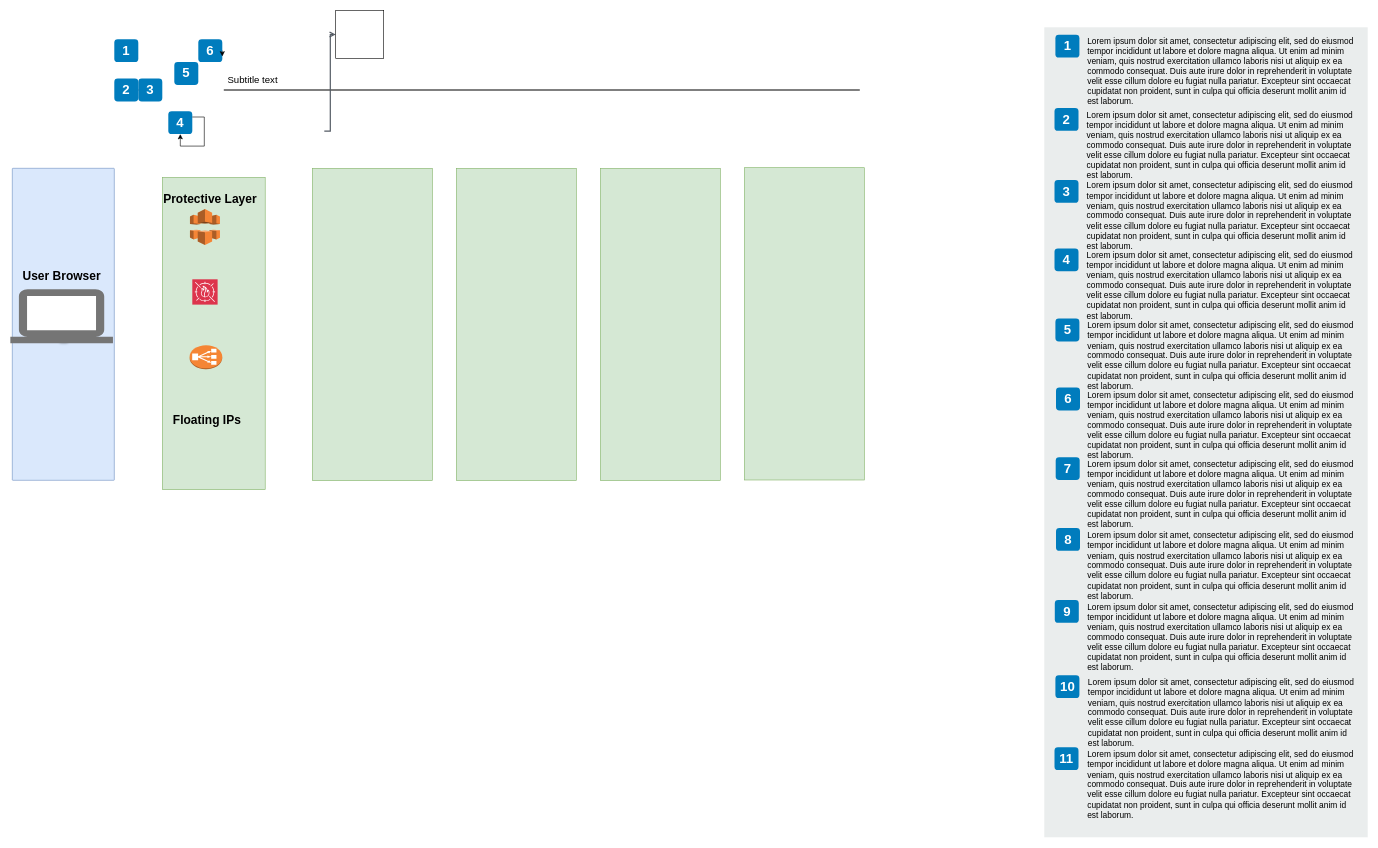
Earlier version of the draw.io diagram Untitled Diagram.drawio (CB122023/First). Source tidied: cells renumbered, new cells numbered last; positions are measured from the earlier drawing's top-left corner, leaving out a move shared by most shapes. Both pictures are drawn from the tidied source at 60%, with x=0, y=0 at pixel (12, 10).
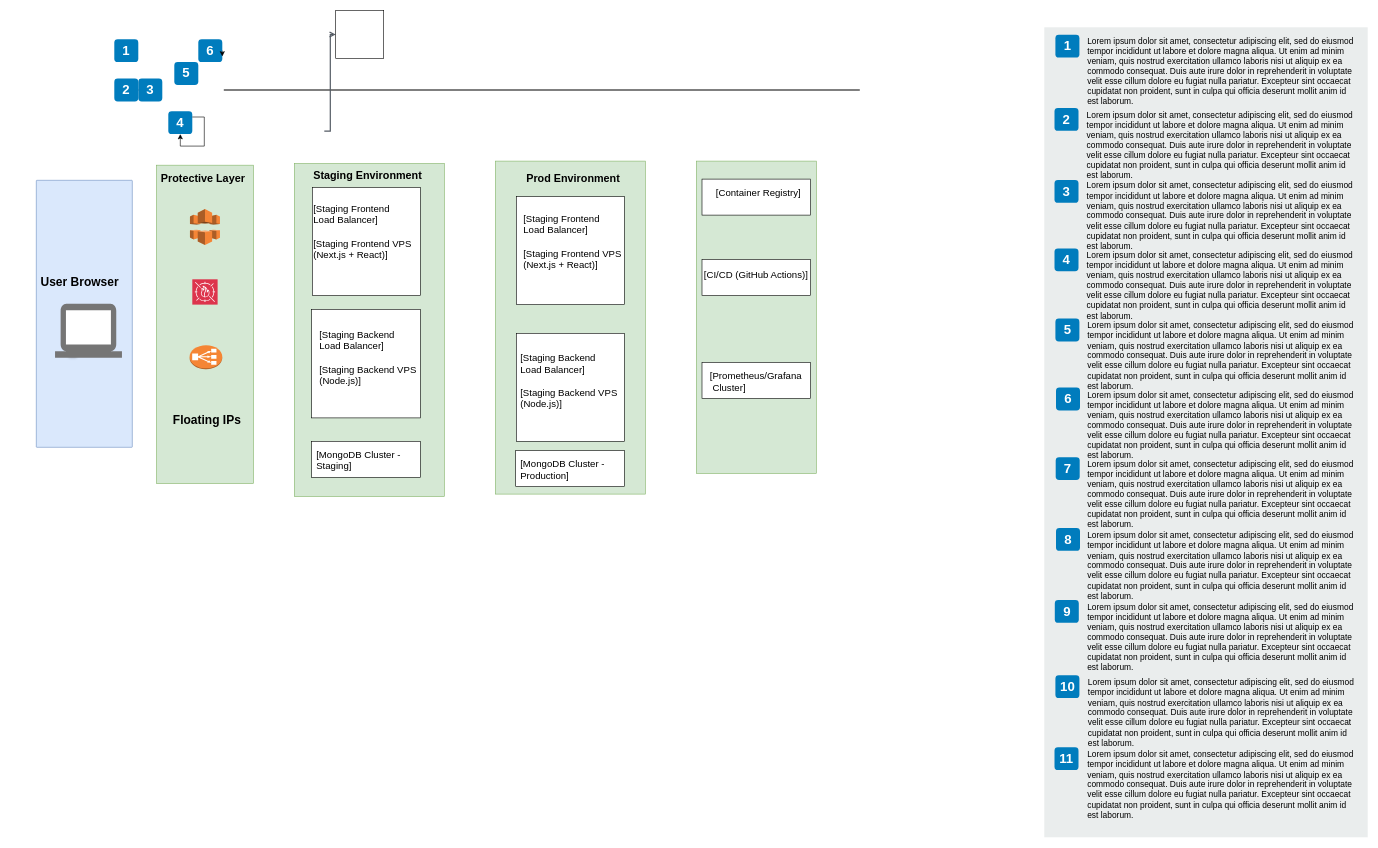
After the change.

Change to the diagram source:
```diff
@@
-    <mxCell id="8" value="Subtitle text&lt;br style=&quot;font-size: 16px&quot;&gt;" style="text;html=1;align=left;verticalAlign=top;spacingTop=-4;fontSize=16;" parent="1" vertex="1">
-      <mxGeometry x="356.5" y="102.5" width="100" height="20" as="geometry" />
-    </mxCell>
@@
     <mxCell id="36" style="rounded=1;absoluteArcSize=1;arcSize=2;html=1;strokeColor=#6c8ebf;shadow=0;dashed=0;fontSize=12;align=left;verticalAlign=top;spacing=10;spacingTop=-4;fillColor=#dae8fc;" parent="1" vertex="1">
-      <mxGeometry y="263" width="170" height="520" as="geometry" />
+      <mxGeometry x="40" y="283" width="160" height="445" as="geometry" />
     </mxCell>
     <mxCell id="37" style="strokeColor=#dddddd;fillColor=#ffffff;shadow=1;strokeWidth=1;rounded=1;absoluteArcSize=1;arcSize=2;labelPosition=center;verticalLabelPosition=middle;align=center;verticalAlign=bottom;spacingLeft=0;fontColor=#999999;fontSize=12;whiteSpace=wrap;spacingBottom=2;html=1;" parent="1" vertex="1">
-      <mxGeometry x="77.5" y="466.2" width="12.5" height="85.2" as="geometry" />
+      <mxGeometry x="92.5" y="490.2" width="12.5" height="85.2" as="geometry" />
     </mxCell>
     <mxCell id="38" style="dashed=0;html=1;fillColor=#757575;strokeColor=none;shape=mxgraph.gcp2.laptop;" parent="37" vertex="1">
-      <mxGeometry x="0.5" width="171" height="90" relative="1" as="geometry">
-        <mxPoint x="-87" y="-1.5" as="offset" />
+      <mxGeometry x="0.5" width="111.5" height="90" relative="1" as="geometry">
+        <mxPoint x="-27.5" y="-1.5" as="offset" />
       </mxGeometry>
     </mxCell>
@@
     <mxCell id="42" style="rounded=0;whiteSpace=wrap;html=1;fillColor=#d5e8d4;strokeColor=#82b366;" parent="1" vertex="1">
-      <mxGeometry x="250" y="278" width="171.5" height="520.5" as="geometry" />
+      <mxGeometry x="240.4" y="257.8" width="161.5" height="530.5" as="geometry" />
     </mxCell>
@@
-    <mxCell id="46" value="&lt;font style=&quot;font-size: 20px;&quot;&gt;Protective Layer&lt;/font&gt;" style="text;html=1;align=left;verticalAlign=top;spacingTop=-4;fontSize=30;fontStyle=1;" parent="1" vertex="1">
-      <mxGeometry x="250" y="291" width="180" height="40" as="geometry" />
+    <mxCell id="46" value="&lt;font style=&quot;font-size: 18px;&quot;&gt;Protective Layer&lt;/font&gt;" style="text;html=1;align=left;verticalAlign=top;spacingTop=-4;fontSize=30;fontStyle=1;" parent="1" vertex="1">
+      <mxGeometry x="245.8" y="255" width="160" height="40" as="geometry" />
     </mxCell>
@@
     <mxCell id="48" value="&lt;font style=&quot;font-size: 20px;&quot;&gt;&amp;nbsp;User Browser&lt;/font&gt;" style="text;html=1;align=left;verticalAlign=top;spacingTop=-4;fontSize=30;fontStyle=1;" parent="1" vertex="1">
-      <mxGeometry x="10" y="418" width="160" height="40" as="geometry" />
+      <mxGeometry x="40" y="428" width="160" height="40" as="geometry" />
     </mxCell>
     <mxCell id="49" style="rounded=0;whiteSpace=wrap;html=1;fillColor=#d5e8d4;strokeColor=#82b366;" parent="1" vertex="1">
-      <mxGeometry x="500" y="263" width="200" height="520.5" as="geometry" />
+      <mxGeometry x="470" y="255" width="250" height="555" as="geometry" />
     </mxCell>
-    <mxCell id="50" style="rounded=0;whiteSpace=wrap;html=1;fillColor=#d5e8d4;strokeColor=#82b366;" parent="1" vertex="1">
-      <mxGeometry x="740" y="263" width="200" height="520.5" as="geometry" />
-    </mxCell>
-    <mxCell id="51" style="rounded=0;whiteSpace=wrap;html=1;fillColor=#d5e8d4;strokeColor=#82b366;" parent="1" vertex="1">
-      <mxGeometry x="980" y="263" width="200" height="520.5" as="geometry" />
-    </mxCell>
     <mxCell id="52" style="rounded=0;whiteSpace=wrap;html=1;fillColor=#d5e8d4;strokeColor=#82b366;" parent="1" vertex="1">
-      <mxGeometry x="1220" y="262" width="200" height="520.5" as="geometry" />
+      <mxGeometry x="1140" y="251" width="200" height="520.5" as="geometry" />
     </mxCell>
+    <mxCell id="53" style="whiteSpace=wrap;html=1;" parent="1" vertex="1">
+      <mxGeometry x="500" y="295" width="180" height="180" as="geometry" />
+    </mxCell>
+    <mxCell id="54" style="whiteSpace=wrap;html=1;" parent="1" vertex="1">
+      <mxGeometry x="499" y="498" width="181" height="181" as="geometry" />
+    </mxCell>
+    <mxCell id="55" value="&lt;font style=&quot;font-size: 18px;&quot;&gt;Staging Environment&lt;/font&gt;" style="text;html=1;align=left;verticalAlign=top;spacingTop=-4;fontSize=30;fontStyle=1;" parent="1" vertex="1">
+      <mxGeometry x="500" y="251" width="200" height="40" as="geometry" />
+    </mxCell>
+    <mxCell id="56" style="rounded=0;whiteSpace=wrap;html=1;fillColor=#d5e8d4;strokeColor=#82b366;" parent="1" vertex="1">
+      <mxGeometry x="805" y="251" width="250" height="555" as="geometry" />
+    </mxCell>
+    <mxCell id="57" value="&lt;font style=&quot;font-size: 18px;&quot;&gt;Prod Environment&lt;/font&gt;" style="text;html=1;align=left;verticalAlign=top;spacingTop=-4;fontSize=30;fontStyle=1;" parent="1" vertex="1">
+      <mxGeometry x="855" y="255" width="180" height="40" as="geometry" />
+    </mxCell>
+    <mxCell id="58" value="[Staging Frontend &lt;br&gt;Load Balancer]&lt;br&gt;&lt;br&gt;[Staging Frontend VPS &lt;br&gt;(Next.js + React)]" style="text;html=1;align=left;verticalAlign=top;spacingTop=-4;fontSize=16;" parent="1" vertex="1">
+      <mxGeometry x="500" y="318" width="190" height="100" as="geometry" />
+    </mxCell>
+    <mxCell id="59" value="[Staging Backend&lt;br&gt;Load Balancer]&lt;br&gt;&lt;br&gt;[Staging Backend&amp;nbsp;VPS &lt;br&gt;(Node.js)]" style="text;html=1;align=left;verticalAlign=top;spacingTop=-4;fontSize=16;" parent="1" vertex="1">
+      <mxGeometry x="510" y="528" width="190" height="100" as="geometry" />
+    </mxCell>
+    <mxCell id="60" style="whiteSpace=wrap;html=1;" parent="1" vertex="1">
+      <mxGeometry x="840" y="310.2" width="180" height="180" as="geometry" />
+    </mxCell>
+    <mxCell id="61" style="whiteSpace=wrap;html=1;" parent="1" vertex="1">
+      <mxGeometry x="840" y="538" width="180" height="180" as="geometry" />
+    </mxCell>
+    <mxCell id="62" value="[Staging Backend&lt;br&gt;Load Balancer]&lt;br&gt;&lt;br&gt;[Staging Backend&amp;nbsp;VPS &lt;br&gt;(Node.js)]" style="text;html=1;align=left;verticalAlign=top;spacingTop=-4;fontSize=16;" parent="1" vertex="1">
+      <mxGeometry x="845" y="566.5" width="190" height="100" as="geometry" />
+    </mxCell>
+    <mxCell id="63" value="[Staging Frontend &lt;br&gt;Load Balancer]&lt;br&gt;&lt;br&gt;[Staging Frontend VPS &lt;br&gt;(Next.js + React)]" style="text;html=1;align=left;verticalAlign=top;spacingTop=-4;fontSize=16;" parent="1" vertex="1">
+      <mxGeometry x="850" y="335" width="190" height="100" as="geometry" />
+    </mxCell>
+    <mxCell id="64" style="rounded=0;whiteSpace=wrap;html=1;" parent="1" vertex="1">
+      <mxGeometry x="499" y="718" width="181" height="60" as="geometry" />
+    </mxCell>
+    <mxCell id="65" style="rounded=0;whiteSpace=wrap;html=1;" parent="1" vertex="1">
+      <mxGeometry x="839" y="733.5" width="181" height="60" as="geometry" />
+    </mxCell>
+    <mxCell id="66" value="[MongoDB Cluster - &lt;br&gt;Staging]" style="text;html=1;align=left;verticalAlign=top;spacingTop=-4;fontSize=16;" parent="1" vertex="1">
+      <mxGeometry x="505" y="728" width="160" height="50" as="geometry" />
+    </mxCell>
+    <mxCell id="67" value="[MongoDB Cluster - &lt;br&gt; Production]" style="text;html=1;align=left;verticalAlign=top;spacingTop=-4;fontSize=16;" parent="1" vertex="1">
+      <mxGeometry x="845" y="743.5" width="160" height="50" as="geometry" />
+    </mxCell>
+    <mxCell id="68" style="rounded=0;whiteSpace=wrap;html=1;" parent="1" vertex="1">
+      <mxGeometry x="1149.5" y="281" width="181" height="60" as="geometry" />
+    </mxCell>
+    <mxCell id="69" style="rounded=0;whiteSpace=wrap;html=1;" parent="1" vertex="1">
+      <mxGeometry x="1149.5" y="415" width="181" height="60" as="geometry" />
+    </mxCell>
+    <mxCell id="70" style="rounded=0;whiteSpace=wrap;html=1;" parent="1" vertex="1">
+      <mxGeometry x="1149.5" y="586.5" width="181" height="60" as="geometry" />
+    </mxCell>
+    <mxCell id="71" value="[Container Registry]" style="text;html=1;align=left;verticalAlign=top;spacingTop=-4;fontSize=16;" parent="1" vertex="1">
+      <mxGeometry x="1170.5" y="291" width="160" height="30" as="geometry" />
+    </mxCell>
+    <mxCell id="72" value="[Prometheus/Grafana&lt;br&gt;&amp;nbsp;Cluster]" style="text;html=1;align=left;verticalAlign=top;spacingTop=-4;fontSize=16;" parent="1" vertex="1">
+      <mxGeometry x="1160.5" y="596.5" width="180" height="50" as="geometry" />
+    </mxCell>
+    <mxCell id="73" value="[CI/CD (GitHub Actions)]" style="text;html=1;align=left;verticalAlign=top;spacingTop=-4;fontSize=16;" parent="1" vertex="1">
+      <mxGeometry x="1150.5" y="428" width="200" height="30" as="geometry" />
+    </mxCell>
```
